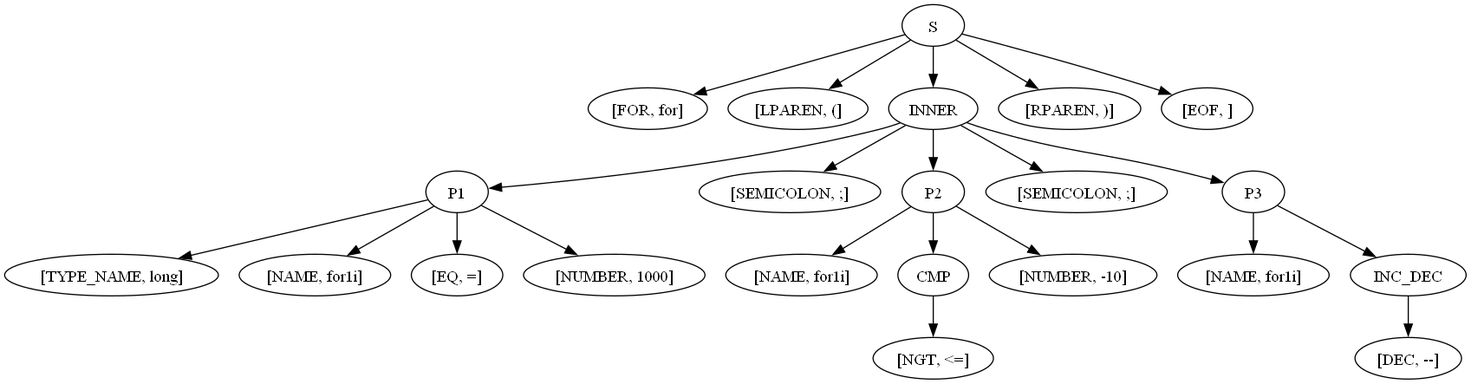
Above: Lab4_Generator/graphviz/forc/graphFor.dot.png in BrainCallus/Translation-Methods (Graphviz), before the change. Its source is kept beside it as Lab4_Generator/graphviz/forc/graphFor.dot.
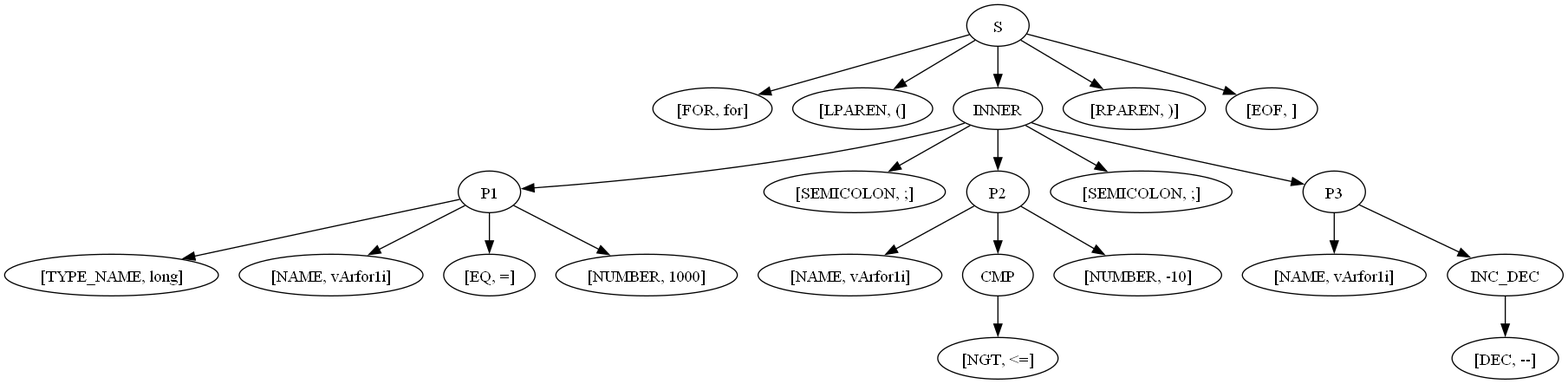
Later version of the same file.

Diff of the diagram source:
```diff
@@ -10,7 +10,7 @@
 3 -> 4
 5 [label = "[TYPE_NAME, long]"]
 4 -> 5
-6 [label = "[NAME, for1i]"]
+6 [label = "[NAME, vArfor1i]"]
 4 -> 6
 7 [label = "[EQ, =]"]
 4 -> 7
@@ -20,7 +20,7 @@
 3 -> 9
 10 [label = "P2"]
 3 -> 10
-11 [label = "[NAME, for1i]"]
+11 [label = "[NAME, vArfor1i]"]
 10 -> 11
 12 [label = "CMP"]
 10 -> 12
@@ -32,7 +32,7 @@
 3 -> 15
 16 [label = "P3"]
 3 -> 16
-17 [label = "[NAME, for1i]"]
+17 [label = "[NAME, vArfor1i]"]
 16 -> 17
 18 [label = "INC_DEC"]
 16 -> 18
```
